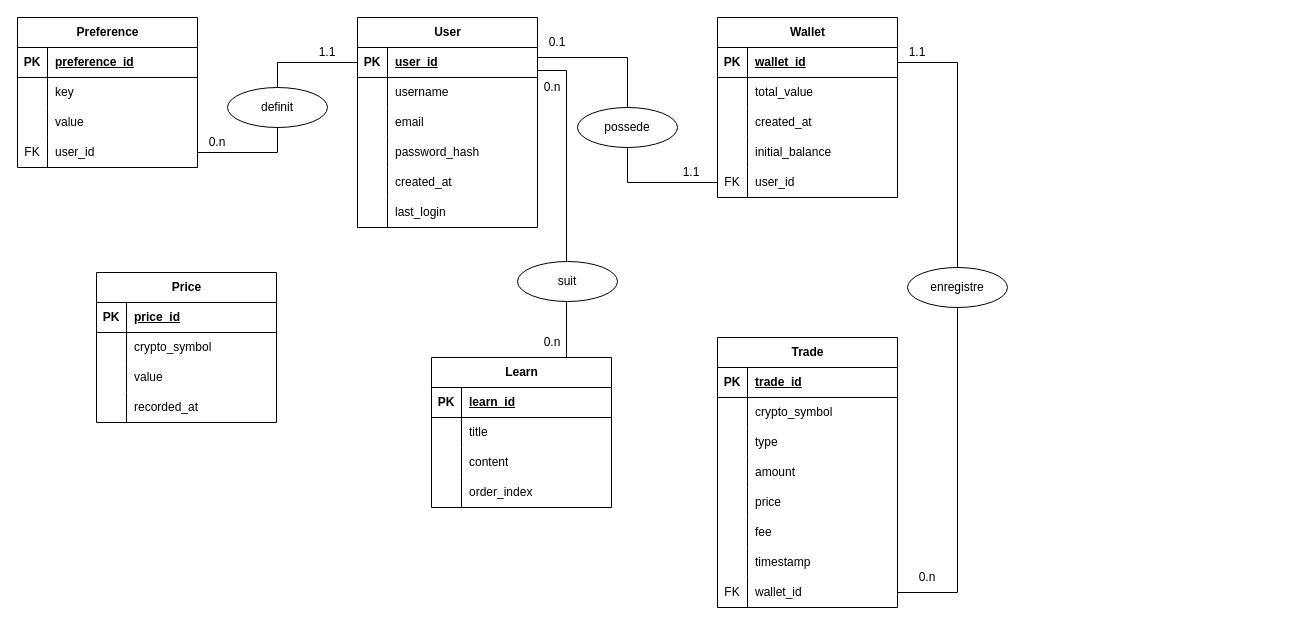
This is Doc/MCD.drawio from SkyBlyvion/monorepo-demo-binance, a draw.io file, before an edit. Source tidied: cells renumbered, new cells numbered last; positions are measured from the earlier drawing's top-left corner, leaving out a move shared by most shapes. Both pictures are drawn from the tidied source at 100%, with x=0, y=0 at pixel (17, 17).
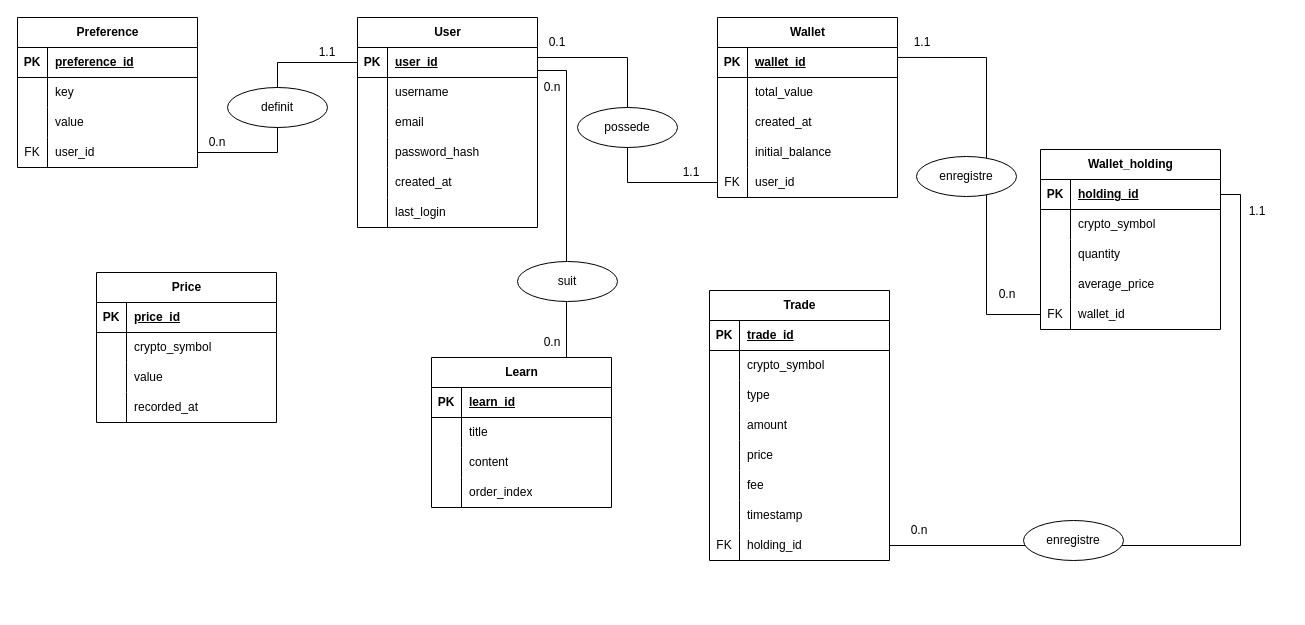
The same page after the edit.

Commit message:
maj MCD

The change refers to these unchanged cells:
```xml
<mxCell id="22" style="shape=tableRow;horizontal=0;startSize=0;swimlaneHead=0;swimlaneBody=0;fillColor=none;points=[[0,0.5],[1,0.5]];portConstraint=eastwest;top=0;left=0;right=0;bottom=1;" parent="21" vertex="1">
  <mxGeometry y="30" width="180" height="30" as="geometry" />
</mxCell>
<mxCell id="59" style="shape=tableRow;horizontal=0;startSize=0;swimlaneHead=0;swimlaneBody=0;fillColor=none;points=[[0,0.5],[1,0.5]];portConstraint=eastwest;top=0;left=0;right=0;bottom=0;" parent="37" vertex="1">
  <mxGeometry y="240" width="180" height="30" as="geometry" />
</mxCell>
```

What changed in the source:
```diff
@@
     <mxCell id="37" value="Trade" style="shape=table;startSize=30;childLayout=tableLayout;rowLines=0;fontStyle=1;align=center;html=1;" parent="1" vertex="1">
-      <mxGeometry x="700" y="320" width="180" height="270" as="geometry" />
+      <mxGeometry x="692" y="273" width="180" height="270" as="geometry" />
     </mxCell>
@@
-    <mxCell id="61" value="wallet_id" style="shape=partialRectangle;fillColor=none;top=0;left=0;bottom=0;right=0;align=left;spacingLeft=6;overflow=hidden;whiteSpace=wrap;html=1;" parent="59" vertex="1">
+    <mxCell id="61" value="holding_id" style="shape=partialRectangle;fillColor=none;top=0;left=0;bottom=0;right=0;align=left;spacingLeft=6;overflow=hidden;whiteSpace=wrap;html=1;" parent="59" vertex="1">
       <mxGeometry x="30" width="150" height="30" as="geometry" />
     </mxCell>
@@
-    <mxCell id="106" style="edgeStyle=orthogonalEdgeStyle;rounded=0;jettySize=auto;html=1;exitX=1;exitY=0.5;exitDx=0;exitDy=0;entryX=1;entryY=0.5;entryDx=0;entryDy=0;endArrow=none;startFill=0;" parent="1" edge="1" source="22" target="59">
-      <mxGeometry relative="1" as="geometry">
-        <Array as="points">
-          <mxPoint x="940" y="45" />
-          <mxPoint x="940" y="575" />
-        </Array>
-      </mxGeometry>
-    </mxCell>
-    <mxCell id="107" value="enregistre" style="ellipse;whiteSpace=wrap;html=1;align=center;" parent="1" vertex="1">
-      <mxGeometry x="890" y="250" width="100" height="40" as="geometry" />
-    </mxCell>
     <mxCell id="108" value="1.1" style="text;html=1;align=center;verticalAlign=middle;whiteSpace=wrap;rounded=0;" parent="1" vertex="1">
-      <mxGeometry x="870" y="20" width="60" height="30" as="geometry" />
+      <mxGeometry x="1210" y="179" width="60" height="30" as="geometry" />
     </mxCell>
     <mxCell id="109" value="0.n" style="text;html=1;align=center;verticalAlign=middle;whiteSpace=wrap;rounded=0;" parent="1" vertex="1">
-      <mxGeometry x="880" y="545" width="60" height="30" as="geometry" />
+      <mxGeometry x="872" y="498" width="60" height="30" as="geometry" />
     </mxCell>
@@
+    <mxCell id="117" value="Wallet_holding" style="shape=table;startSize=30;childLayout=tableLayout;rowLines=0;fontStyle=1;align=center;html=1;" parent="1" vertex="1">
+      <mxGeometry x="1023" y="132" width="180" height="180" as="geometry" />
+    </mxCell>
+    <mxCell id="118" style="shape=tableRow;horizontal=0;startSize=0;swimlaneHead=0;swimlaneBody=0;fillColor=none;points=[[0,0.5],[1,0.5]];portConstraint=eastwest;top=0;left=0;right=0;bottom=1;" parent="117" vertex="1">
+      <mxGeometry y="30" width="180" height="30" as="geometry" />
+    </mxCell>
+    <mxCell id="119" value="PK" style="shape=partialRectangle;fillColor=none;top=0;left=0;bottom=0;right=0;fontStyle=1;overflow=hidden;whiteSpace=wrap;html=1;" parent="118" vertex="1">
+      <mxGeometry width="30" height="30" as="geometry" />
+    </mxCell>
+    <mxCell id="120" value="holding_id" style="shape=partialRectangle;fillColor=none;top=0;left=0;bottom=0;right=0;align=left;spacingLeft=6;fontStyle=5;overflow=hidden;whiteSpace=wrap;html=1;" parent="118" vertex="1">
+      <mxGeometry x="30" width="150" height="30" as="geometry" />
+    </mxCell>
+    <mxCell id="121" style="shape=tableRow;horizontal=0;startSize=0;swimlaneHead=0;swimlaneBody=0;fillColor=none;top=0;left=0;right=0;bottom=0;" parent="117" vertex="1">
+      <mxGeometry y="60" width="180" height="30" as="geometry" />
+    </mxCell>
+    <mxCell id="122" style="shape=partialRectangle;fillColor=none;top=0;left=0;bottom=0;right=0;overflow=hidden;whiteSpace=wrap;html=1;" parent="121" vertex="1">
+      <mxGeometry width="30" height="30" as="geometry" />
+    </mxCell>
+    <mxCell id="123" value="crypto_symbol" style="shape=partialRectangle;fillColor=none;top=0;left=0;bottom=0;right=0;align=left;spacingLeft=6;overflow=hidden;whiteSpace=wrap;html=1;" parent="121" vertex="1">
+      <mxGeometry x="30" width="150" height="30" as="geometry" />
+    </mxCell>
+    <mxCell id="124" style="shape=tableRow;horizontal=0;startSize=0;swimlaneHead=0;swimlaneBody=0;fillColor=none;top=0;left=0;right=0;bottom=0;" parent="117" vertex="1">
+      <mxGeometry y="90" width="180" height="30" as="geometry" />
+    </mxCell>
+    <mxCell id="125" style="shape=partialRectangle;fillColor=none;top=0;left=0;bottom=0;right=0;overflow=hidden;whiteSpace=wrap;html=1;" parent="124" vertex="1">
+      <mxGeometry width="30" height="30" as="geometry" />
+    </mxCell>
+    <mxCell id="126" value="quantity" style="shape=partialRectangle;fillColor=none;top=0;left=0;bottom=0;right=0;align=left;spacingLeft=6;overflow=hidden;whiteSpace=wrap;html=1;" parent="124" vertex="1">
+      <mxGeometry x="30" width="150" height="30" as="geometry" />
+    </mxCell>
+    <mxCell id="127" style="shape=tableRow;horizontal=0;startSize=0;swimlaneHead=0;swimlaneBody=0;fillColor=none;top=0;left=0;right=0;bottom=0;" parent="117" vertex="1">
+      <mxGeometry y="120" width="180" height="30" as="geometry" />
+    </mxCell>
+    <mxCell id="128" style="shape=partialRectangle;fillColor=none;top=0;left=0;bottom=0;right=0;overflow=hidden;whiteSpace=wrap;html=1;" parent="127" vertex="1">
+      <mxGeometry width="30" height="30" as="geometry" />
+    </mxCell>
+    <mxCell id="129" value="average_price" style="shape=partialRectangle;fillColor=none;top=0;left=0;bottom=0;right=0;align=left;spacingLeft=6;overflow=hidden;whiteSpace=wrap;html=1;" parent="127" vertex="1">
+      <mxGeometry x="30" width="150" height="30" as="geometry" />
+    </mxCell>
+    <mxCell id="130" style="shape=tableRow;horizontal=0;startSize=0;swimlaneHead=0;swimlaneBody=0;fillColor=none;points=[[0,0.5],[1,0.5]];portConstraint=eastwest;top=0;left=0;right=0;bottom=0;" parent="117" vertex="1">
+      <mxGeometry y="150" width="180" height="30" as="geometry" />
+    </mxCell>
+    <mxCell id="131" value="FK" style="shape=partialRectangle;fillColor=none;top=0;left=0;bottom=0;right=0;overflow=hidden;whiteSpace=wrap;html=1;" parent="130" vertex="1">
+      <mxGeometry width="30" height="30" as="geometry" />
+    </mxCell>
+    <mxCell id="132" value="wallet_id&amp;nbsp;" style="shape=partialRectangle;fillColor=none;top=0;left=0;bottom=0;right=0;align=left;spacingLeft=6;overflow=hidden;whiteSpace=wrap;html=1;" parent="130" vertex="1">
+      <mxGeometry x="30" width="150" height="30" as="geometry" />
+    </mxCell>
+    <mxCell id="133" style="edgeStyle=orthogonalEdgeStyle;rounded=0;jettySize=auto;html=1;endArrow=none;startFill=0;exitX=1.002;exitY=0.332;exitDx=0;exitDy=0;exitPerimeter=0;entryX=0;entryY=0.5;entryDx=0;entryDy=0;" parent="1" edge="1" source="22" target="130">
+      <mxGeometry relative="1" as="geometry">
+        <Array as="points">
+          <mxPoint x="969" y="40" />
+          <mxPoint x="969" y="297" />
+        </Array>
+      </mxGeometry>
+    </mxCell>
+    <mxCell id="134" value="enregistre" style="ellipse;whiteSpace=wrap;html=1;align=center;" parent="1" vertex="1">
+      <mxGeometry x="899" y="139" width="100" height="40" as="geometry" />
+    </mxCell>
+    <mxCell id="135" value="1.1" style="text;html=1;align=center;verticalAlign=middle;whiteSpace=wrap;rounded=0;" parent="1" vertex="1">
+      <mxGeometry x="875" y="10" width="60" height="30" as="geometry" />
+    </mxCell>
+    <mxCell id="136" value="0.n" style="text;html=1;align=center;verticalAlign=middle;whiteSpace=wrap;rounded=0;" parent="1" vertex="1">
+      <mxGeometry x="960" y="262" width="60" height="30" as="geometry" />
+    </mxCell>
+    <mxCell id="137" style="edgeStyle=orthogonalEdgeStyle;rounded=0;jettySize=auto;html=1;exitX=1;exitY=0.5;exitDx=0;exitDy=0;entryX=1;entryY=0.5;entryDx=0;entryDy=0;endArrow=none;startFill=0;" parent="1" edge="1" source="118" target="59">
+      <mxGeometry relative="1" as="geometry" />
+    </mxCell>
+    <mxCell id="138" value="enregistre" style="ellipse;whiteSpace=wrap;html=1;align=center;" parent="1" vertex="1">
+      <mxGeometry x="1006" y="503" width="100" height="40" as="geometry" />
+    </mxCell>
```
